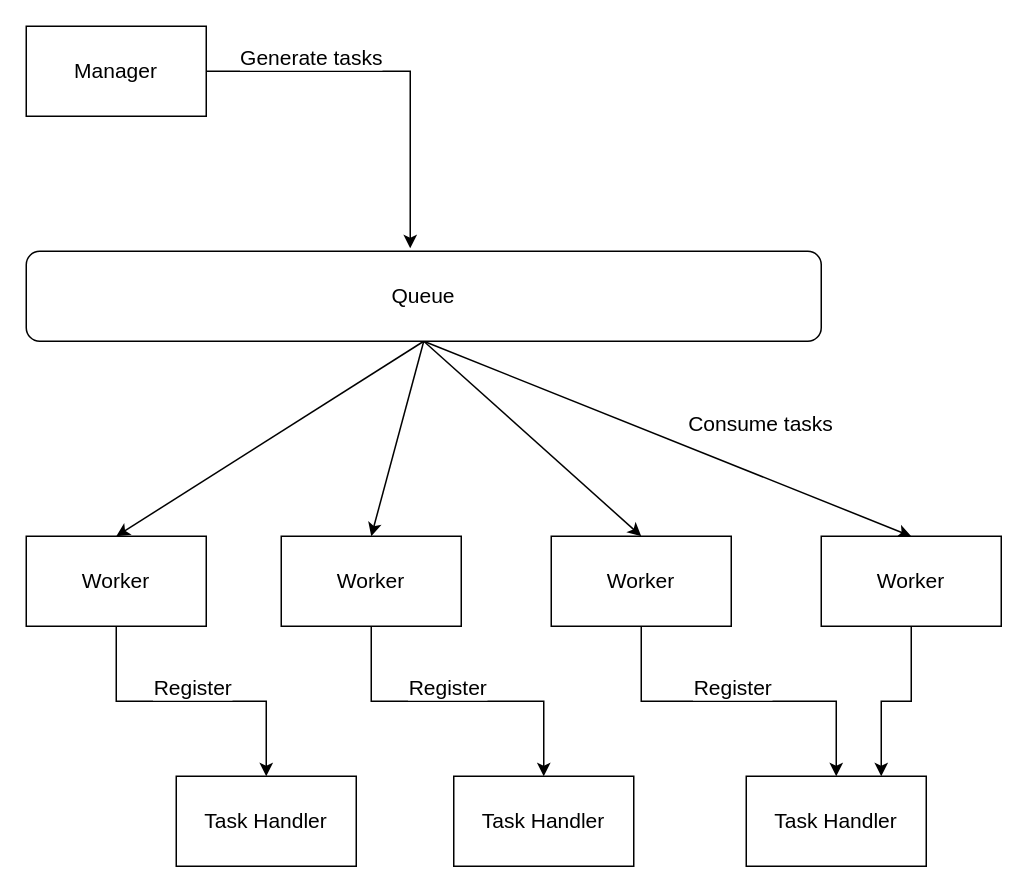
piavgh/draw.io-data keeps this draw.io diagram as price-service/Price service worker pattern.drawio. Above is the earlier version. Source tidied: cells renumbered, new cells numbered last; positions are measured from the earlier drawing's top-left corner, leaving out a move shared by most shapes. Both pictures are drawn from the tidied source at 150%, with x=0, y=0 at pixel (26, 26).
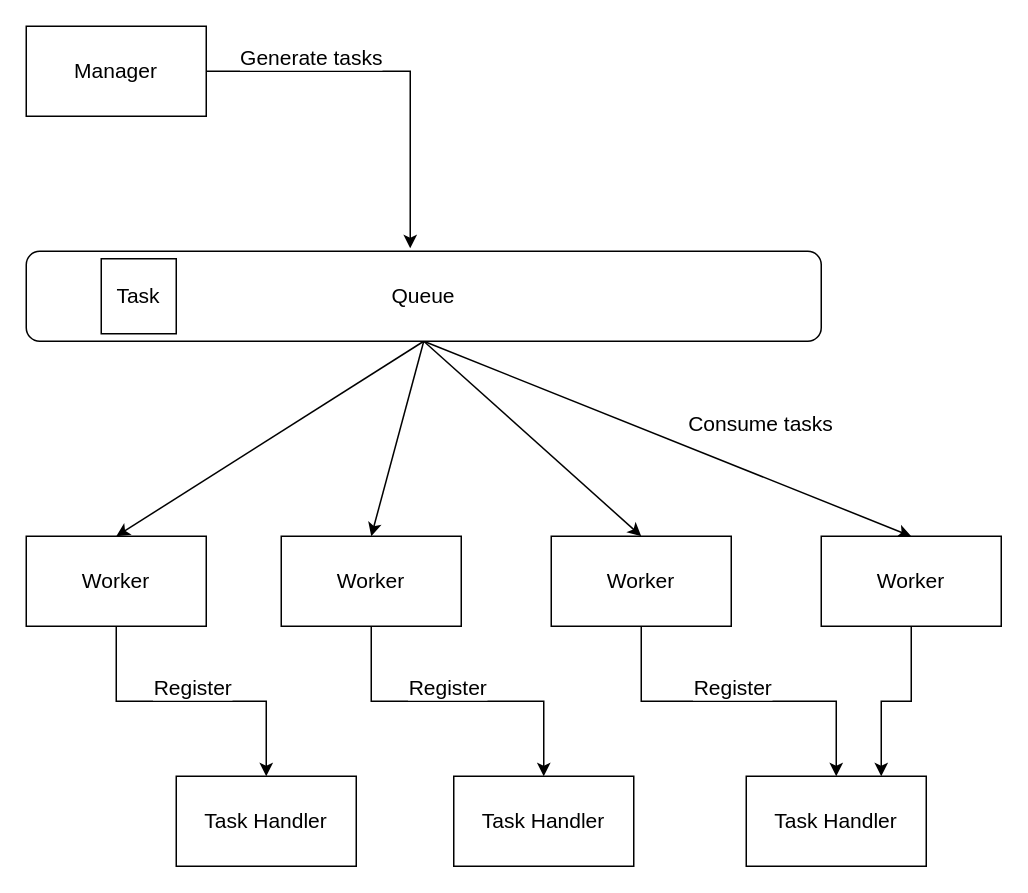
The same diagram, later.

Change to the diagram source:
```diff
@@
+    <mxCell id="25" value="Task" style="whiteSpace=wrap;html=1;fontSize=14;" parent="1" vertex="1">
+      <mxGeometry x="50" y="155" width="50" height="50" as="geometry" />
+    </mxCell>
```
